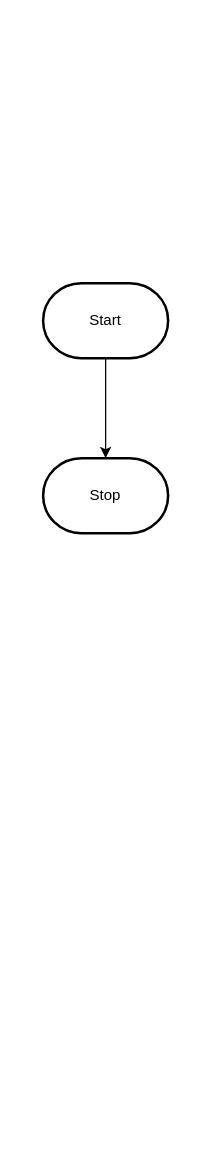
The draw.io diagram design/flowchart.drawio in MTHS-TEJ2O-1-2023/TEJ2O-Unit-5-05-Ernest-Choy, before the edit. Source tidied: cells renumbered, new cells numbered last; positions are measured from the earlier drawing's top-left corner, leaving out a move shared by most shapes. Both pictures are drawn from the tidied source at 125%, with x=0, y=0 at pixel (42, 282).
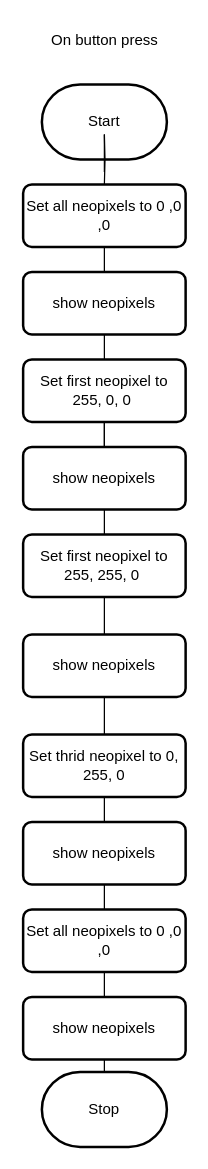
Above is the later version.

What changed in the source:
```diff
@@
-    <mxCell id="2" style="edgeStyle=orthogonalEdgeStyle;html=1;rounded=0;" parent="1" edge="1" source="3" target="4">
-      <mxGeometry relative="1" as="geometry" />
-    </mxCell>
     <mxCell id="3" value="Start" style="strokeWidth=2;html=1;shape=mxgraph.flowchart.terminator;whiteSpace=wrap;" parent="1" vertex="1">
-      <mxGeometry width="100" height="60" as="geometry" />
+      <mxGeometry x="-1" y="-159" width="100" height="60" as="geometry" />
     </mxCell>
     <mxCell id="4" value="Stop" style="strokeWidth=2;html=1;shape=mxgraph.flowchart.terminator;whiteSpace=wrap;" parent="1" vertex="1">
-      <mxGeometry y="140" width="100" height="60" as="geometry" />
+      <mxGeometry x="-1" y="631" width="100" height="60" as="geometry" />
     </mxCell>
+    <mxCell id="5" style="edgeStyle=orthogonalEdgeStyle;html=1;rounded=0;endArrow=none;startArrow=none;" parent="1" edge="1" target="6">
+      <mxGeometry relative="1" as="geometry">
+        <mxPoint x="49" y="-119" as="sourcePoint" />
+      </mxGeometry>
+    </mxCell>
+    <mxCell id="6" value="Set all neopixels to 0 ,0 ,0" style="rounded=1;whiteSpace=wrap;html=1;absoluteArcSize=1;arcSize=14;strokeWidth=2;" parent="1" vertex="1">
+      <mxGeometry x="-16" y="-79" width="130" height="50" as="geometry" />
+    </mxCell>
+    <mxCell id="7" style="edgeStyle=orthogonalEdgeStyle;html=1;rounded=0;startArrow=none;endArrow=none;" parent="1" edge="1" source="11">
+      <mxGeometry relative="1" as="geometry">
+        <mxPoint x="49" y="141" as="targetPoint" />
+      </mxGeometry>
+    </mxCell>
+    <mxCell id="8" style="edgeStyle=orthogonalEdgeStyle;html=1;rounded=0;startArrow=none;endArrow=none;exitX=0.5;exitY=1;exitDx=0;exitDy=0;" parent="1" edge="1" source="17">
+      <mxGeometry relative="1" as="geometry">
+        <mxPoint x="49" y="401" as="targetPoint" />
+      </mxGeometry>
+    </mxCell>
+    <mxCell id="9" style="edgeStyle=orthogonalEdgeStyle;html=1;rounded=0;endArrow=none;" parent="1" edge="1" source="3">
+      <mxGeometry relative="1" as="geometry">
+        <mxPoint x="49" y="-119" as="targetPoint" />
+      </mxGeometry>
+    </mxCell>
+    <mxCell id="10" style="edgeStyle=orthogonalEdgeStyle;html=1;rounded=0;startArrow=none;endArrow=none;" parent="1" edge="1" source="6" target="11">
+      <mxGeometry relative="1" as="geometry" />
+    </mxCell>
+    <mxCell id="11" value="Set first neopixel to 255, 0, 0&amp;nbsp;" style="rounded=1;whiteSpace=wrap;html=1;absoluteArcSize=1;arcSize=14;strokeWidth=2;" parent="1" vertex="1">
+      <mxGeometry x="-16" y="61" width="130" height="50" as="geometry" />
+    </mxCell>
+    <mxCell id="12" value="show neopixels" style="rounded=1;whiteSpace=wrap;html=1;absoluteArcSize=1;arcSize=14;strokeWidth=2;" parent="1" vertex="1">
+      <mxGeometry x="-16" y="-9" width="130" height="50" as="geometry" />
+    </mxCell>
+    <mxCell id="13" value="On button press" style="text;html=1;align=center;verticalAlign=middle;strokeColor=none;fillColor=none;" parent="1" vertex="1">
+      <mxGeometry x="-6" y="-209" width="110" height="30" as="geometry" />
+    </mxCell>
+    <mxCell id="14" style="edgeStyle=orthogonalEdgeStyle;html=1;rounded=0;startArrow=none;endArrow=none;exitX=0.5;exitY=1;exitDx=0;exitDy=0;" parent="1" edge="1" source="11" target="15">
+      <mxGeometry relative="1" as="geometry" />
+    </mxCell>
+    <mxCell id="15" value="show neopixels" style="rounded=1;whiteSpace=wrap;html=1;absoluteArcSize=1;arcSize=14;strokeWidth=2;" parent="1" vertex="1">
+      <mxGeometry x="-16" y="131" width="130" height="50" as="geometry" />
+    </mxCell>
+    <mxCell id="16" style="edgeStyle=orthogonalEdgeStyle;html=1;rounded=0;startArrow=none;endArrow=none;exitX=0.5;exitY=1;exitDx=0;exitDy=0;" parent="1" edge="1" source="15" target="17">
+      <mxGeometry relative="1" as="geometry" />
+    </mxCell>
+    <mxCell id="17" value="show neopixels" style="rounded=1;whiteSpace=wrap;html=1;absoluteArcSize=1;arcSize=14;strokeWidth=2;" parent="1" vertex="1">
+      <mxGeometry x="-16" y="281" width="130" height="50" as="geometry" />
+    </mxCell>
+    <mxCell id="18" value="Set first neopixel to 255, 255, 0&amp;nbsp;" style="rounded=1;whiteSpace=wrap;html=1;absoluteArcSize=1;arcSize=14;strokeWidth=2;" parent="1" vertex="1">
+      <mxGeometry x="-16" y="201" width="130" height="50" as="geometry" />
+    </mxCell>
+    <mxCell id="19" style="edgeStyle=none;html=1;exitX=0.5;exitY=1;exitDx=0;exitDy=0;entryX=0.5;entryY=0;entryDx=0;entryDy=0;endArrow=none;endFill=0;" parent="1" edge="1" source="20" target="22">
+      <mxGeometry relative="1" as="geometry" />
+    </mxCell>
+    <mxCell id="20" value="Set thrid neopixel to 0, 255, 0" style="rounded=1;whiteSpace=wrap;html=1;absoluteArcSize=1;arcSize=14;strokeWidth=2;" parent="1" vertex="1">
+      <mxGeometry x="-16" y="361" width="130" height="50" as="geometry" />
+    </mxCell>
+    <mxCell id="21" style="edgeStyle=none;html=1;exitX=0.5;exitY=1;exitDx=0;exitDy=0;entryX=0.5;entryY=0;entryDx=0;entryDy=0;entryPerimeter=0;endArrow=none;endFill=0;" parent="1" edge="1" source="22" target="4">
+      <mxGeometry relative="1" as="geometry" />
+    </mxCell>
+    <mxCell id="22" value="show neopixels" style="rounded=1;whiteSpace=wrap;html=1;absoluteArcSize=1;arcSize=14;strokeWidth=2;" parent="1" vertex="1">
+      <mxGeometry x="-16" y="431" width="130" height="50" as="geometry" />
+    </mxCell>
+    <mxCell id="23" value="Set all neopixels to 0 ,0 ,0" style="rounded=1;whiteSpace=wrap;html=1;absoluteArcSize=1;arcSize=14;strokeWidth=2;" parent="1" vertex="1">
+      <mxGeometry x="-16" y="501" width="130" height="50" as="geometry" />
+    </mxCell>
+    <mxCell id="24" value="show neopixels" style="rounded=1;whiteSpace=wrap;html=1;absoluteArcSize=1;arcSize=14;strokeWidth=2;" parent="1" vertex="1">
+      <mxGeometry x="-16" y="571" width="130" height="50" as="geometry" />
+    </mxCell>
```
